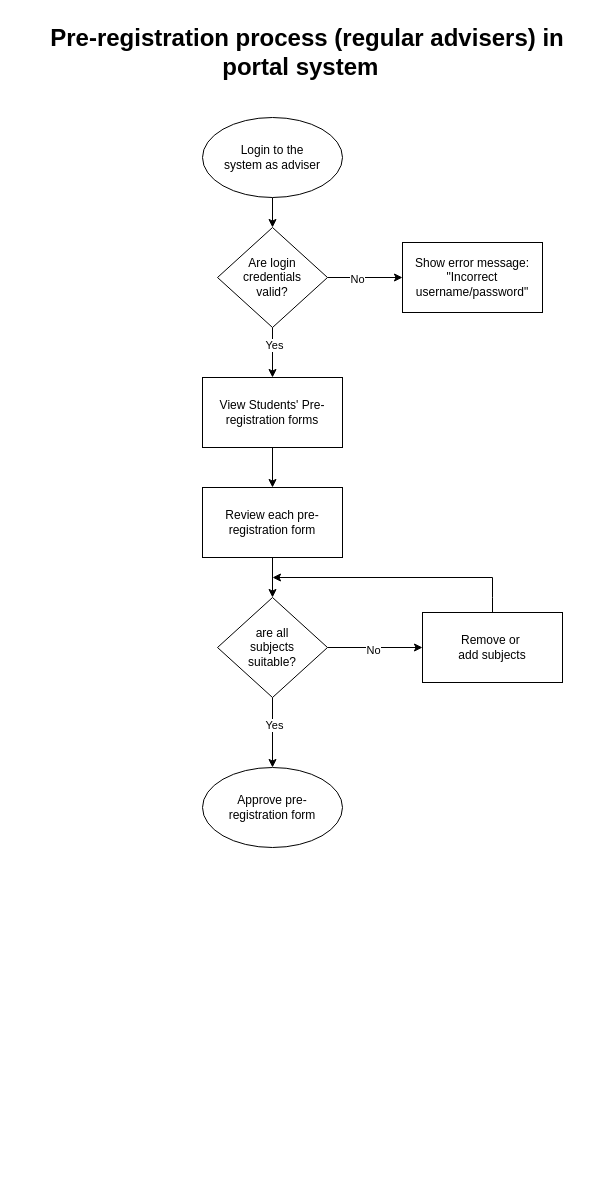
Before: Flowcharts/Pre-registration process- Regular Adviser in portal system (Assignment).drawio in samantha-arabella-r/School-Works, a draw.io diagram. Source tidied: cells renumbered, new cells numbered last; positions are measured from the earlier drawing's top-left corner, leaving out a move shared by most shapes. Both pictures are drawn from the tidied source at 100%, with x=0, y=0 at pixel (17, 17).
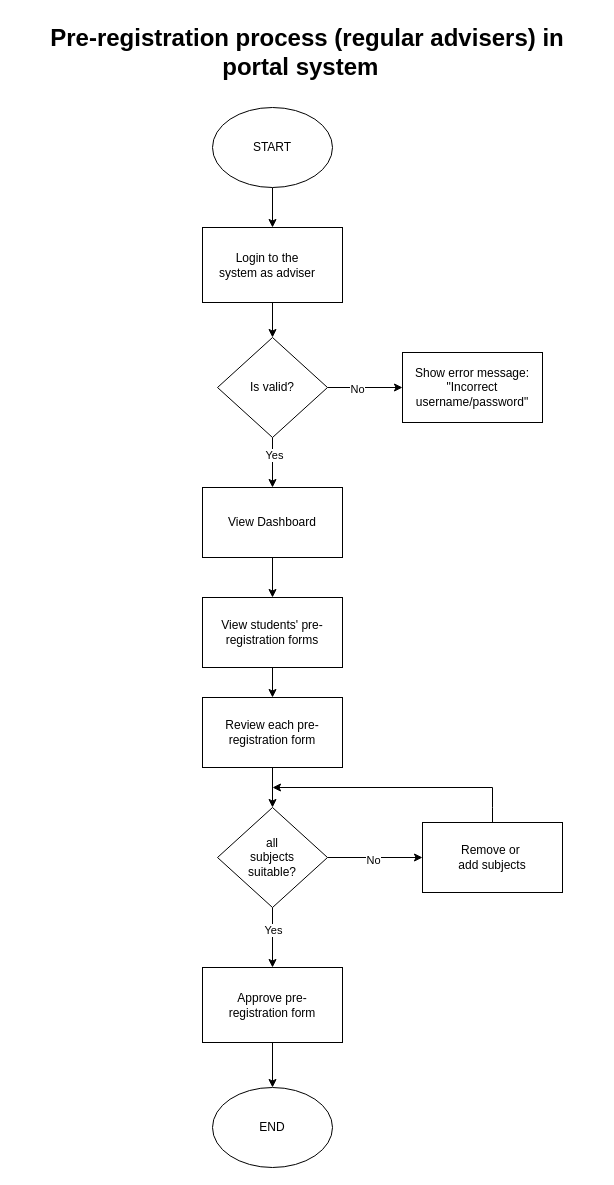
After the change.

What changed in the source:
```diff
@@
-    <mxCell id="3" style="edgeStyle=orthogonalEdgeStyle;rounded=0;jettySize=auto;html=1;exitX=0.5;exitY=1;exitDx=0;exitDy=0;entryX=0.5;entryY=0;entryDx=0;entryDy=0;" parent="1" edge="1" source="4" target="10">
-      <mxGeometry relative="1" as="geometry" />
-    </mxCell>
-    <mxCell id="4" style="ellipse;whiteSpace=wrap;html=1;" parent="1" vertex="1">
-      <mxGeometry x="185" y="100" width="140" height="80" as="geometry" />
-    </mxCell>
-    <mxCell id="5" value="Login to the system as adviser" style="text;html=1;align=center;verticalAlign=middle;whiteSpace=wrap;rounded=0;" parent="1" vertex="1">
-      <mxGeometry x="205" y="125" width="100" height="30" as="geometry" />
-    </mxCell>
@@
     <mxCell id="10" style="rhombus;whiteSpace=wrap;html=1;" parent="1" vertex="1">
-      <mxGeometry x="200" y="210" width="110" height="100" as="geometry" />
+      <mxGeometry x="200" y="320" width="110" height="100" as="geometry" />
     </mxCell>
-    <mxCell id="11" value="Are login credentials valid?" style="text;html=1;align=center;verticalAlign=middle;whiteSpace=wrap;rounded=0;" parent="1" vertex="1">
-      <mxGeometry x="225" y="245" width="60" height="30" as="geometry" />
+    <mxCell id="11" value="Is valid?" style="text;html=1;align=center;verticalAlign=middle;whiteSpace=wrap;rounded=0;" parent="1" vertex="1">
+      <mxGeometry x="225" y="355" width="60" height="30" as="geometry" />
     </mxCell>
     <mxCell id="12" style="rounded=0;whiteSpace=wrap;html=1;" parent="1" vertex="1">
-      <mxGeometry x="385" y="225" width="140" height="70" as="geometry" />
+      <mxGeometry x="385" y="335" width="140" height="70" as="geometry" />
     </mxCell>
     <mxCell id="13" value="Show error message:&lt;div&gt;&quot;Incorrect username/password&quot;&lt;/div&gt;" style="text;html=1;align=center;verticalAlign=middle;whiteSpace=wrap;rounded=0;" parent="1" vertex="1">
-      <mxGeometry x="385" y="240" width="140" height="40" as="geometry" />
+      <mxGeometry x="385" y="350" width="140" height="40" as="geometry" />
     </mxCell>
-    <mxCell id="14" style="edgeStyle=orthogonalEdgeStyle;rounded=0;jettySize=auto;html=1;exitX=0.5;exitY=1;exitDx=0;exitDy=0;entryX=0.5;entryY=0;entryDx=0;entryDy=0;" parent="1" edge="1" source="15" target="18">
-      <mxGeometry relative="1" as="geometry" />
-    </mxCell>
+    <mxCell id="31" style="edgeStyle=orthogonalEdgeStyle;rounded=0;jettySize=auto;html=1;exitX=0.5;exitY=1;exitDx=0;exitDy=0;entryX=0.5;entryY=0;entryDx=0;entryDy=0;" parent="1" edge="1" source="15" target="43">
+      <mxGeometry relative="1" as="geometry" />
+    </mxCell>
     <mxCell id="15" style="rounded=0;whiteSpace=wrap;html=1;" parent="1" vertex="1">
-      <mxGeometry x="185" y="360" width="140" height="70" as="geometry" />
+      <mxGeometry x="185" y="470" width="140" height="70" as="geometry" />
     </mxCell>
-    <mxCell id="16" value="View Students' Pre-registration forms" style="text;html=1;align=center;verticalAlign=middle;whiteSpace=wrap;rounded=0;" parent="1" vertex="1">
-      <mxGeometry x="185" y="375" width="140" height="40" as="geometry" />
+    <mxCell id="16" value="View Dashboard" style="text;html=1;align=center;verticalAlign=middle;whiteSpace=wrap;rounded=0;" parent="1" vertex="1">
+      <mxGeometry x="185" y="485" width="140" height="40" as="geometry" />
     </mxCell>
@@
     <mxCell id="18" style="rounded=0;whiteSpace=wrap;html=1;" parent="1" vertex="1">
-      <mxGeometry x="185" y="470" width="140" height="70" as="geometry" />
+      <mxGeometry x="185" y="680" width="140" height="70" as="geometry" />
     </mxCell>
     <mxCell id="19" value="Review each pre-registration form" style="text;html=1;align=center;verticalAlign=middle;whiteSpace=wrap;rounded=0;" parent="1" vertex="1">
-      <mxGeometry x="185" y="485" width="140" height="40" as="geometry" />
+      <mxGeometry x="185" y="695" width="140" height="40" as="geometry" />
     </mxCell>
-    <mxCell id="20" style="edgeStyle=orthogonalEdgeStyle;rounded=0;jettySize=auto;html=1;exitX=1;exitY=0.5;exitDx=0;exitDy=0;entryX=0;entryY=0.5;entryDx=0;entryDy=0;" parent="1" edge="1" source="24" target="28">
-      <mxGeometry relative="1" as="geometry" />
+    <mxCell id="20" style="edgeStyle=orthogonalEdgeStyle;rounded=0;jettySize=auto;html=1;exitX=1;exitY=0.5;exitDx=0;exitDy=0;entryX=0;entryY=0.5;entryDx=0;entryDy=0;" parent="1" edge="1" source="24">
+      <mxGeometry relative="1" as="geometry">
+        <mxPoint x="405" y="840" as="targetPoint" />
+      </mxGeometry>
     </mxCell>
@@
-    <mxCell id="22" style="edgeStyle=orthogonalEdgeStyle;rounded=0;jettySize=auto;html=1;exitX=0.5;exitY=1;exitDx=0;exitDy=0;entryX=0.5;entryY=0;entryDx=0;entryDy=0;" parent="1" edge="1" source="24" target="29">
-      <mxGeometry relative="1" as="geometry" />
-    </mxCell>
+    <mxCell id="32" style="edgeStyle=orthogonalEdgeStyle;rounded=0;jettySize=auto;html=1;exitX=0.5;exitY=1;exitDx=0;exitDy=0;entryX=0.5;entryY=0;entryDx=0;entryDy=0;" parent="1" edge="1" source="24" target="39">
+      <mxGeometry relative="1" as="geometry" />
+    </mxCell>
-    <mxCell id="23" value="Yes" style="edgeLabel;html=1;align=center;verticalAlign=middle;" parent="22" vertex="1">
-      <mxGeometry x="-0.23" y="1" relative="1" as="geometry" />
+    <mxCell id="23" value="Yes" style="edgeLabel;html=1;align=center;verticalAlign=middle;" parent="32" vertex="1">
+      <mxGeometry x="-0.27" relative="1" as="geometry" />
     </mxCell>
     <mxCell id="24" style="rhombus;whiteSpace=wrap;html=1;" parent="1" vertex="1">
-      <mxGeometry x="200" y="580" width="110" height="100" as="geometry" />
+      <mxGeometry x="200" y="790" width="110" height="100" as="geometry" />
     </mxCell>
-    <mxCell id="25" value="are all subjects suitable?" style="text;html=1;align=center;verticalAlign=middle;whiteSpace=wrap;rounded=0;" parent="1" vertex="1">
-      <mxGeometry x="225" y="615" width="60" height="30" as="geometry" />
+    <mxCell id="25" value="all subjects suitable?" style="text;html=1;align=center;verticalAlign=middle;whiteSpace=wrap;rounded=0;" parent="1" vertex="1">
+      <mxGeometry x="225" y="825" width="60" height="30" as="geometry" />
     </mxCell>
-    <mxCell id="26" style="edgeStyle=orthogonalEdgeStyle;rounded=0;jettySize=auto;html=1;exitX=0.5;exitY=0;exitDx=0;exitDy=0;" parent="1" edge="1" source="27">
+    <mxCell id="26" style="edgeStyle=orthogonalEdgeStyle;rounded=0;orthogonalLoop=1;jettySize=auto;html=1;exitX=0.5;exitY=0;exitDx=0;exitDy=0;" parent="1" edge="1">
       <mxGeometry relative="1" as="geometry">
-        <mxPoint x="255" y="560" as="targetPoint" />
+        <mxPoint x="475" y="805" as="sourcePoint" />
+        <mxPoint x="255" y="770" as="targetPoint" />
         <Array as="points">
-          <mxPoint x="475" y="580" />
-          <mxPoint x="475" y="580" />
+          <mxPoint x="475" y="790" />
+          <mxPoint x="475" y="790" />
         </Array>
       </mxGeometry>
     </mxCell>
     <mxCell id="27" style="rounded=0;whiteSpace=wrap;html=1;" parent="1" vertex="1">
-      <mxGeometry x="405" y="595" width="140" height="70" as="geometry" />
+      <mxGeometry x="405" y="805" width="140" height="70" as="geometry" />
     </mxCell>
     <mxCell id="28" value="Remove or&amp;nbsp;&lt;div&gt;add subjects&lt;/div&gt;" style="text;html=1;align=center;verticalAlign=middle;whiteSpace=wrap;rounded=0;" parent="1" vertex="1">
-      <mxGeometry x="405" y="610" width="140" height="40" as="geometry" />
+      <mxGeometry x="405" y="820" width="140" height="40" as="geometry" />
     </mxCell>
-    <mxCell id="29" style="ellipse;whiteSpace=wrap;html=1;" parent="1" vertex="1">
-      <mxGeometry x="185" y="750" width="140" height="80" as="geometry" />
-    </mxCell>
+    <mxCell id="33" style="edgeStyle=orthogonalEdgeStyle;rounded=0;jettySize=auto;html=1;exitX=0.5;exitY=1;exitDx=0;exitDy=0;entryX=0.5;entryY=0;entryDx=0;entryDy=0;" parent="1" edge="1" source="34" target="10">
+      <mxGeometry relative="1" as="geometry" />
+    </mxCell>
+    <mxCell id="34" style="rounded=0;whiteSpace=wrap;html=1;" parent="1" vertex="1">
+      <mxGeometry x="185" y="210" width="140" height="75" as="geometry" />
+    </mxCell>
+    <mxCell id="5" value="Login to the system as adviser" style="text;html=1;align=center;verticalAlign=middle;whiteSpace=wrap;rounded=0;" parent="1" vertex="1">
+      <mxGeometry x="200" y="232.5" width="100" height="30" as="geometry" />
+    </mxCell>
+    <mxCell id="35" style="edgeStyle=orthogonalEdgeStyle;rounded=0;jettySize=auto;html=1;exitX=0.5;exitY=1;exitDx=0;exitDy=0;entryX=0.5;entryY=0;entryDx=0;entryDy=0;" parent="1" edge="1" source="36" target="34">
+      <mxGeometry relative="1" as="geometry" />
+    </mxCell>
+    <mxCell id="36" style="ellipse;whiteSpace=wrap;html=1;" parent="1" vertex="1">
+      <mxGeometry x="195" y="90" width="120" height="80" as="geometry" />
+    </mxCell>
+    <mxCell id="37" value="START" style="text;html=1;align=center;verticalAlign=middle;whiteSpace=wrap;rounded=0;" parent="1" vertex="1">
+      <mxGeometry x="225" y="115" width="60" height="30" as="geometry" />
+    </mxCell>
+    <mxCell id="38" style="edgeStyle=orthogonalEdgeStyle;rounded=0;jettySize=auto;html=1;exitX=0.5;exitY=1;exitDx=0;exitDy=0;entryX=0.5;entryY=0;entryDx=0;entryDy=0;" parent="1" edge="1" source="39" target="40">
+      <mxGeometry relative="1" as="geometry" />
+    </mxCell>
+    <mxCell id="39" style="rounded=0;whiteSpace=wrap;html=1;" parent="1" vertex="1">
+      <mxGeometry x="185" y="950" width="140" height="75" as="geometry" />
+    </mxCell>
     <mxCell id="30" value="Approve pre-registration form" style="text;html=1;align=center;verticalAlign=middle;whiteSpace=wrap;rounded=0;" parent="1" vertex="1">
-      <mxGeometry x="205" y="775" width="100" height="30" as="geometry" />
+      <mxGeometry x="205" y="972.5" width="100" height="30" as="geometry" />
     </mxCell>
+    <mxCell id="40" style="ellipse;whiteSpace=wrap;html=1;" parent="1" vertex="1">
+      <mxGeometry x="195" y="1070" width="120" height="80" as="geometry" />
+    </mxCell>
+    <mxCell id="41" value="END" style="text;html=1;align=center;verticalAlign=middle;whiteSpace=wrap;rounded=0;" parent="1" vertex="1">
+      <mxGeometry x="205" y="1095" width="100" height="30" as="geometry" />
+    </mxCell>
+    <mxCell id="42" style="edgeStyle=orthogonalEdgeStyle;rounded=0;jettySize=auto;html=1;exitX=0.5;exitY=1;exitDx=0;exitDy=0;entryX=0.5;entryY=0;entryDx=0;entryDy=0;" parent="1" edge="1" source="43" target="18">
+      <mxGeometry relative="1" as="geometry" />
+    </mxCell>
+    <mxCell id="43" style="rounded=0;whiteSpace=wrap;html=1;" parent="1" vertex="1">
+      <mxGeometry x="185" y="580" width="140" height="70" as="geometry" />
+    </mxCell>
+    <mxCell id="44" value="View students' pre-registration forms" style="text;html=1;align=center;verticalAlign=middle;whiteSpace=wrap;rounded=0;" parent="1" vertex="1">
+      <mxGeometry x="185" y="595" width="140" height="40" as="geometry" />
+    </mxCell>
```
